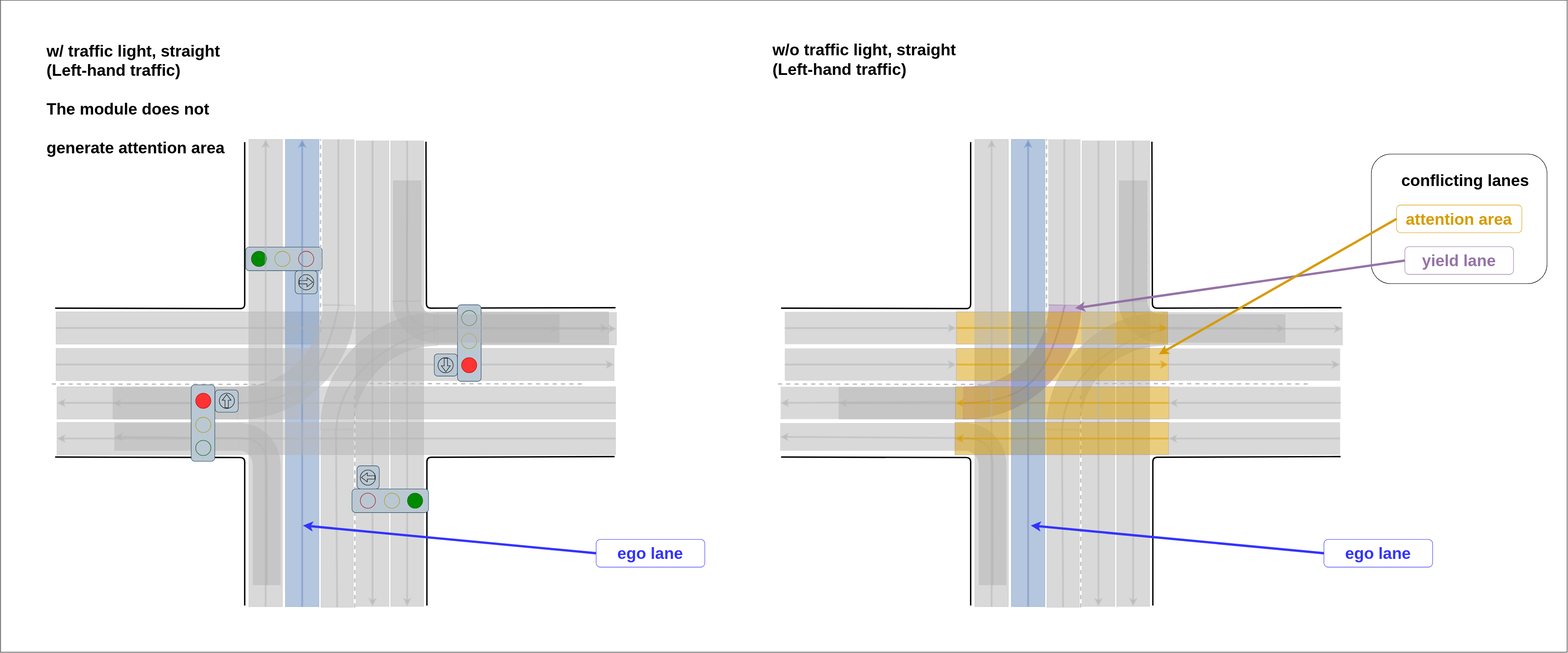
Earlier version of the draw.io export main/planning/behavior_velocity_intersection_module/docs/intersection-attention-straight.drawio.svg (ralwing/autoware.universe). Source tidied: cells renumbered, new cells last; positions are measured from the earlier drawing's top-left corner, leaving out a move shared by most shapes.
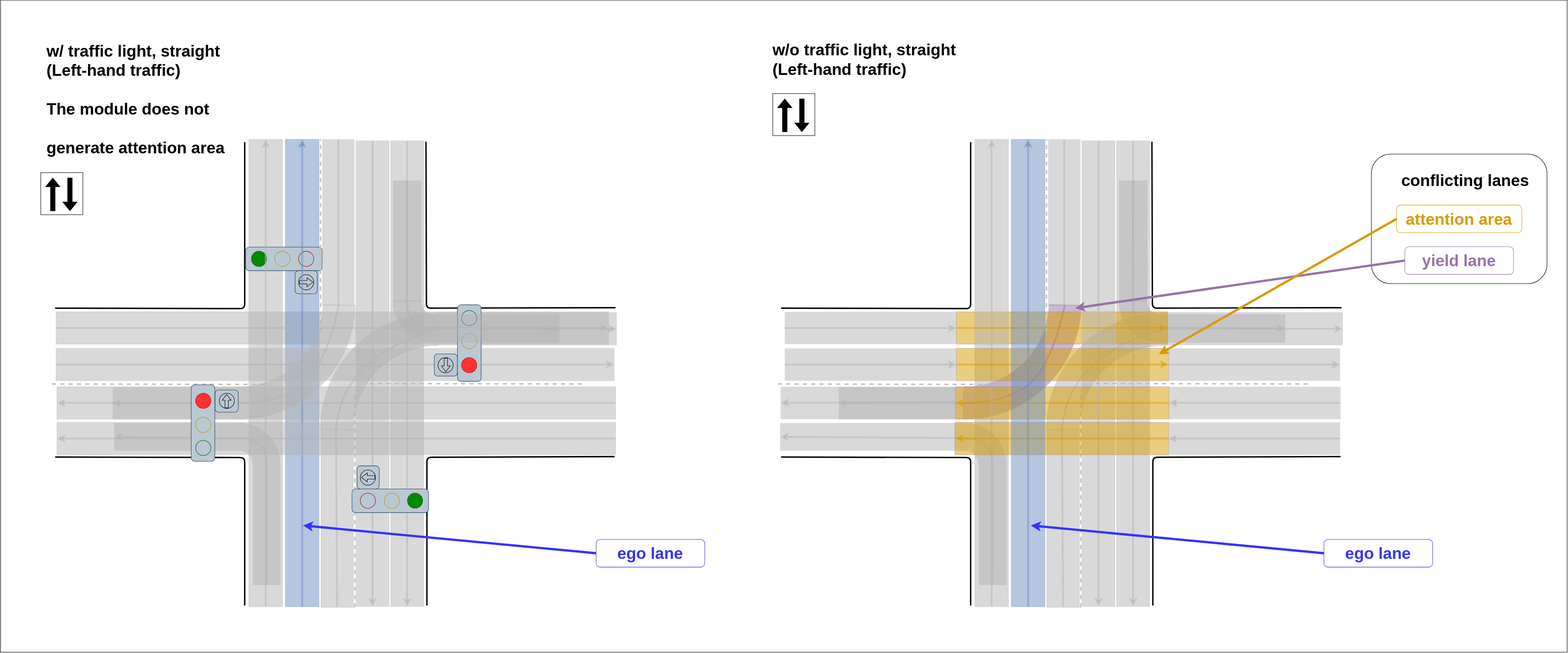
The same file after the commit.

The edit, as a diff of the source:
```diff
@@ -497,16 +497,6 @@
         </Array>
       </mxGeometry>
     </mxCell>
-    <mxCell id="126" style="endArrow=classic;html=1;dashed=1;edgeStyle=orthogonalEdgeStyle;elbow=vertical;strokeColor=none;rounded=0;" parent="1" edge="1">
-      <mxGeometry relative="1" as="geometry">
-        <mxPoint x="2898" y="840" as="sourcePoint" />
-        <mxPoint x="3138" y="850" as="targetPoint" />
-        <Array as="points">
-          <mxPoint x="2898" y="1110" />
-          <mxPoint x="3138" y="1110" />
-        </Array>
-      </mxGeometry>
-    </mxCell>
     <mxCell id="127" style="rounded=0;whiteSpace=wrap;html=1;fillColor=#B3B3B3;rotation=90;fontColor=#333333;strokeColor=#B3B3B3;opacity=50;" parent="1" vertex="1">
       <mxGeometry x="1638" y="770" width="1010.5" height="72.6" as="geometry" />
     </mxCell>
@@ -665,5 +655,35 @@
     <mxCell id="169" style="endArrow=classic;html=1;rounded=0;strokeColor=#B3B3B3;strokeWidth=4;opacity=50;entryX=0;entryY=0.5;entryDx=0;entryDy=0;exitX=1;exitY=0.5;exitDx=0;exitDy=0;" parent="1" edge="1" source="168" target="168">
       <mxGeometry relative="1" as="geometry" />
     </mxCell>
+    <mxCell id="170" style="whiteSpace=wrap;html=1;" parent="1" vertex="1">
+      <mxGeometry x="87" y="373" width="91" height="91" as="geometry" />
+    </mxCell>
+    <mxCell id="171" style="shape=flexArrow;endArrow=classic;html=1;rounded=0;fillColor=#000000;" parent="1" edge="1">
+      <mxGeometry relative="1" as="geometry">
+        <mxPoint x="113" y="456" as="sourcePoint" />
+        <mxPoint x="113" y="384" as="targetPoint" />
+      </mxGeometry>
+    </mxCell>
+    <mxCell id="172" style="shape=flexArrow;endArrow=classic;html=1;rounded=1;strokeColor=#000000;fillColor=#000000;" parent="1" edge="1">
+      <mxGeometry relative="1" as="geometry">
+        <mxPoint x="150" y="384" as="sourcePoint" />
+        <mxPoint x="150" y="456" as="targetPoint" />
+      </mxGeometry>
+    </mxCell>
+    <mxCell id="173" style="whiteSpace=wrap;html=1;" parent="1" vertex="1">
+      <mxGeometry x="1670" y="202" width="91" height="91" as="geometry" />
+    </mxCell>
+    <mxCell id="174" style="shape=flexArrow;endArrow=classic;html=1;rounded=0;fillColor=#000000;" parent="1" edge="1">
+      <mxGeometry relative="1" as="geometry">
+        <mxPoint x="1696" y="285" as="sourcePoint" />
+        <mxPoint x="1696" y="213" as="targetPoint" />
+      </mxGeometry>
+    </mxCell>
+    <mxCell id="175" style="shape=flexArrow;endArrow=classic;html=1;rounded=1;strokeColor=#000000;fillColor=#000000;" parent="1" edge="1">
+      <mxGeometry relative="1" as="geometry">
+        <mxPoint x="1733" y="213" as="sourcePoint" />
+        <mxPoint x="1733" y="285" as="targetPoint" />
+      </mxGeometry>
+    </mxCell>
   </root>
 </mxGraphModel>
```
